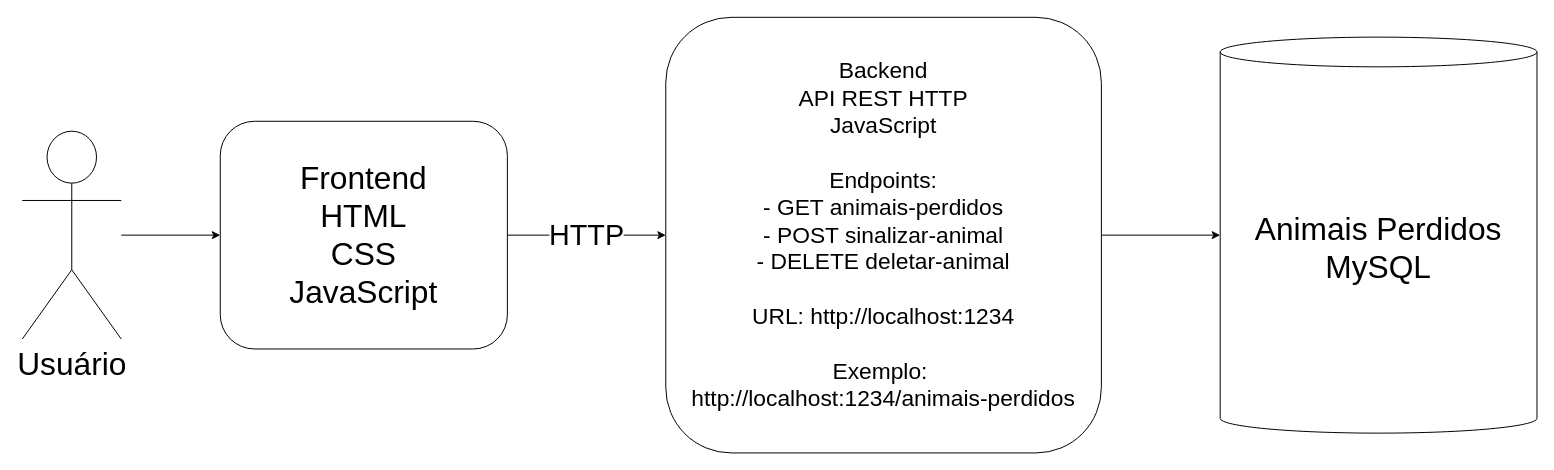
This is arquitetura_geral.drawio from JulianaMiranda02/backend-petnest, a draw.io file, before an edit. Source tidied: cells renumbered, new cells numbered last; positions are measured from the earlier drawing's top-left corner, leaving out a move shared by most shapes. Both pictures are drawn from the tidied source at 99%, with x=0, y=0 at pixel (22, 17).
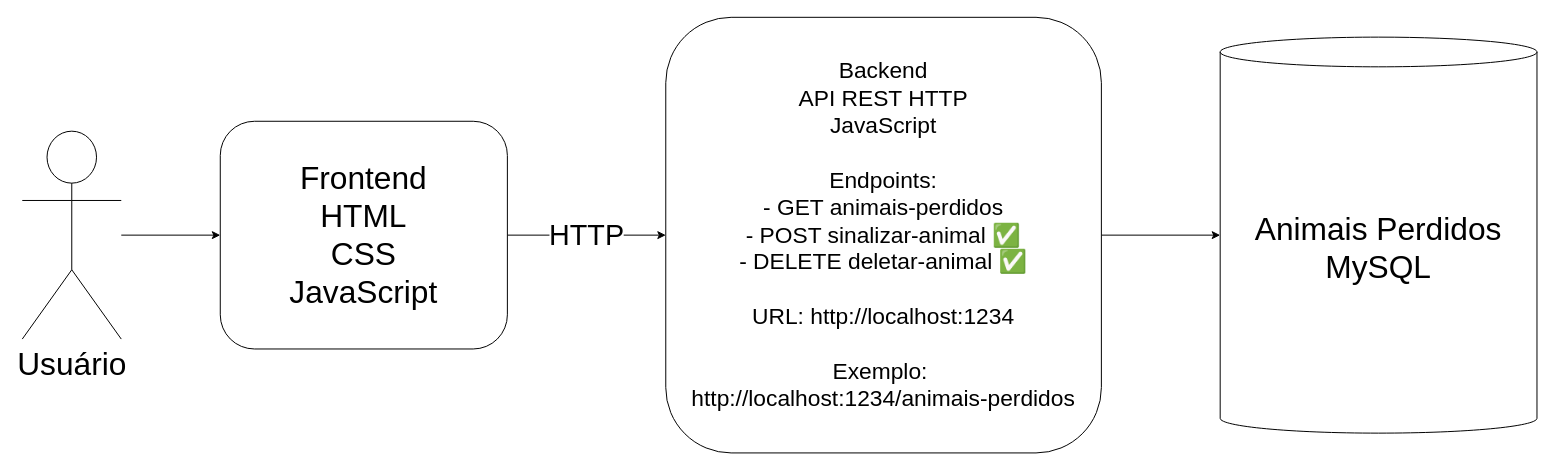
Above is the later version.

Commit message (it also covers changes not shown here):
inclusao comando na funcao get pegar animais perdidos atraves do http

What changed in the source:
```diff
@@
 <mxGraphModel>
   <root>
     <mxCell id="0" />
     <mxCell id="1" parent="0" />
     <mxCell id="2" value="HTTP" style="edgeStyle=orthogonalEdgeStyle;rounded=0;jettySize=auto;html=1;fontSize=29;" parent="1" edge="1" source="3" target="5">
       <mxGeometry relative="1" as="geometry" />
     </mxCell>
     <mxCell id="3" value="Frontend&lt;br&gt;HTML&lt;div&gt;CSS&lt;/div&gt;&lt;div&gt;JavaScript&lt;/div&gt;" style="rounded=1;whiteSpace=wrap;html=1;fontSize=32;" parent="1" vertex="1">
       <mxGeometry x="200" y="105" width="290" height="230" as="geometry" />
     </mxCell>
     <mxCell id="4" style="edgeStyle=orthogonalEdgeStyle;rounded=0;jettySize=auto;html=1;" parent="1" edge="1" source="5" target="6">
       <mxGeometry relative="1" as="geometry" />
     </mxCell>
-    <mxCell id="5" value="&lt;font&gt;Backend&lt;/font&gt;&lt;div&gt;&lt;font&gt;API REST HTTP&lt;br&gt;&lt;/font&gt;&lt;div&gt;&lt;font&gt;JavaScript&lt;/font&gt;&lt;/div&gt;&lt;/div&gt;&lt;div&gt;&lt;font&gt;&lt;br&gt;&lt;/font&gt;&lt;/div&gt;&lt;div&gt;&lt;font&gt;Endpoints:&lt;br&gt;- GET animais-perdidos&lt;/font&gt;&lt;/div&gt;&lt;div&gt;&lt;span&gt;- POST sinalizar-animal&lt;br&gt;- DELETE deletar-animal&lt;/span&gt;&lt;/div&gt;&lt;div&gt;&lt;span&gt;&lt;br&gt;&lt;/span&gt;&lt;/div&gt;&lt;div&gt;&lt;span&gt;URL: http://localhost:1234&lt;/span&gt;&lt;/div&gt;&lt;div&gt;&lt;span&gt;&lt;br&gt;&lt;/span&gt;&lt;/div&gt;&lt;div&gt;&lt;span&gt;Exemplo:&amp;nbsp;&lt;/span&gt;&lt;/div&gt;&lt;div&gt;&lt;span&gt;http://localhost:1234/animais-perdidos&lt;/span&gt;&lt;/div&gt;" style="rounded=1;whiteSpace=wrap;html=1;fontSize=23;labelPosition=center;verticalLabelPosition=middle;align=center;verticalAlign=middle;" parent="1" vertex="1">
+    <mxCell id="5" value="&lt;font&gt;Backend&lt;/font&gt;&lt;div&gt;&lt;font&gt;API REST HTTP&lt;br&gt;&lt;/font&gt;&lt;div&gt;&lt;font&gt;JavaScript&lt;/font&gt;&lt;/div&gt;&lt;/div&gt;&lt;div&gt;&lt;font&gt;&lt;br&gt;&lt;/font&gt;&lt;/div&gt;&lt;div&gt;&lt;font&gt;Endpoints:&lt;br&gt;- GET animais-perdidos&lt;/font&gt;&lt;/div&gt;&lt;div&gt;&lt;span&gt;- POST sinalizar-animal ✅&lt;br&gt;- DELETE deletar-animal ✅&lt;/span&gt;&lt;/div&gt;&lt;div&gt;&lt;span&gt;&lt;br&gt;&lt;/span&gt;&lt;/div&gt;&lt;div&gt;&lt;span&gt;URL: http://localhost:1234&lt;/span&gt;&lt;/div&gt;&lt;div&gt;&lt;span&gt;&lt;br&gt;&lt;/span&gt;&lt;/div&gt;&lt;div&gt;&lt;span&gt;Exemplo:&amp;nbsp;&lt;/span&gt;&lt;/div&gt;&lt;div&gt;&lt;span&gt;http://localhost:1234/animais-perdidos&lt;/span&gt;&lt;/div&gt;" style="rounded=1;whiteSpace=wrap;html=1;fontSize=23;labelPosition=center;verticalLabelPosition=middle;align=center;verticalAlign=middle;" parent="1" vertex="1">
       <mxGeometry x="650" width="440" height="440" as="geometry" />
     </mxCell>
     <mxCell id="6" value="Animais Perdidos&lt;br&gt;MySQL" style="shape=cylinder3;whiteSpace=wrap;html=1;boundedLbl=1;backgroundOutline=1;size=15;fontSize=32;" parent="1" vertex="1">
       <mxGeometry x="1210" y="20" width="320" height="400" as="geometry" />
     </mxCell>
     <mxCell id="7" style="edgeStyle=orthogonalEdgeStyle;rounded=0;jettySize=auto;html=1;" parent="1" edge="1" source="8" target="3">
       <mxGeometry relative="1" as="geometry" />
     </mxCell>
     <mxCell id="8" value="Usuário" style="shape=umlActor;verticalLabelPosition=bottom;verticalAlign=top;html=1;outlineConnect=0;fontSize=32;" parent="1" vertex="1">
       <mxGeometry y="115" width="100" height="210" as="geometry" />
     </mxCell>
   </root>
 </mxGraphModel>
```
